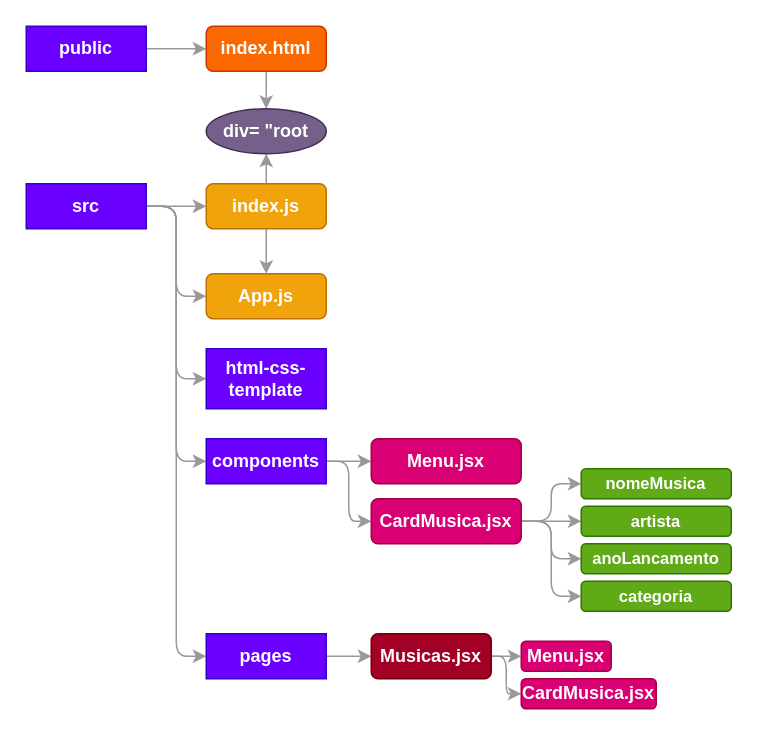
Above: music-box/arquitetura.drawio in miniguiti/bootcamp-cco-2022-2 (draw.io), before the change. Source tidied: cells renumbered, new cells numbered last; positions are measured from the earlier drawing's top-left corner, leaving out a move shared by most shapes. Both pictures are drawn from the tidied source at 150%, with x=0, y=0 at pixel (26, 26).
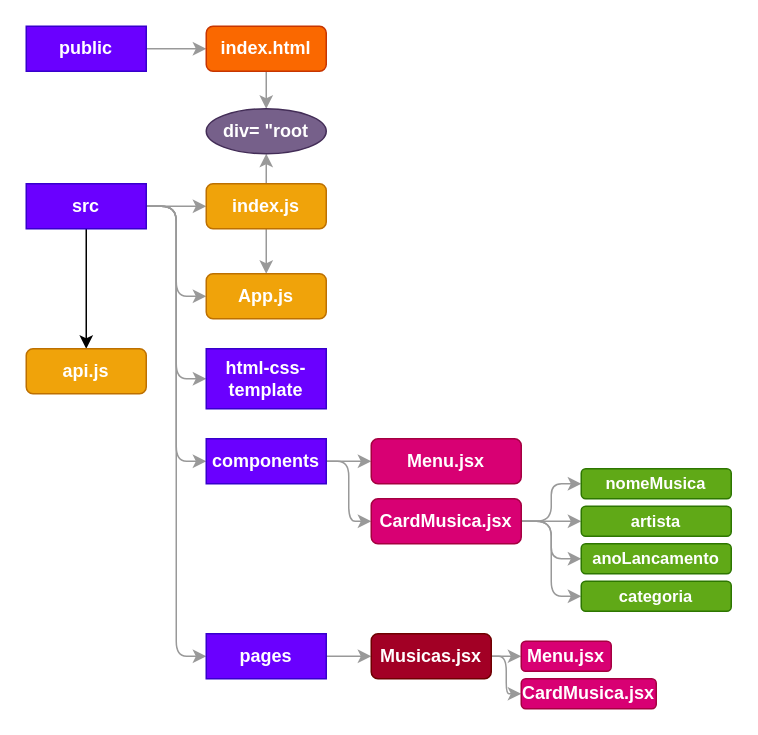
Above is the later version.

The change refers to these unchanged cells:
```xml
<mxCell id="9" value="src" style="rounded=0;whiteSpace=wrap;html=1;fillColor=#6a00ff;fontColor=#FFFFFF;strokeColor=#3700CC;fontStyle=1;" parent="1" vertex="1">
  <mxGeometry y="105" width="80" height="30" as="geometry" />
</mxCell>
```

The edit, as a diff of the source:
```diff
@@
+    <mxCell id="38" style="edgeStyle=orthogonalEdgeStyle;html=1;" parent="1" edge="1" source="9" target="39">
+      <mxGeometry relative="1" as="geometry" />
+    </mxCell>
@@
+    <mxCell id="39" value="api.js" style="rounded=1;whiteSpace=wrap;html=1;fillColor=#f0a30a;fontColor=#FFFFFF;strokeColor=#BD7000;fontStyle=1;" parent="1" vertex="1">
+      <mxGeometry y="215" width="80" height="30" as="geometry" />
+    </mxCell>
```
